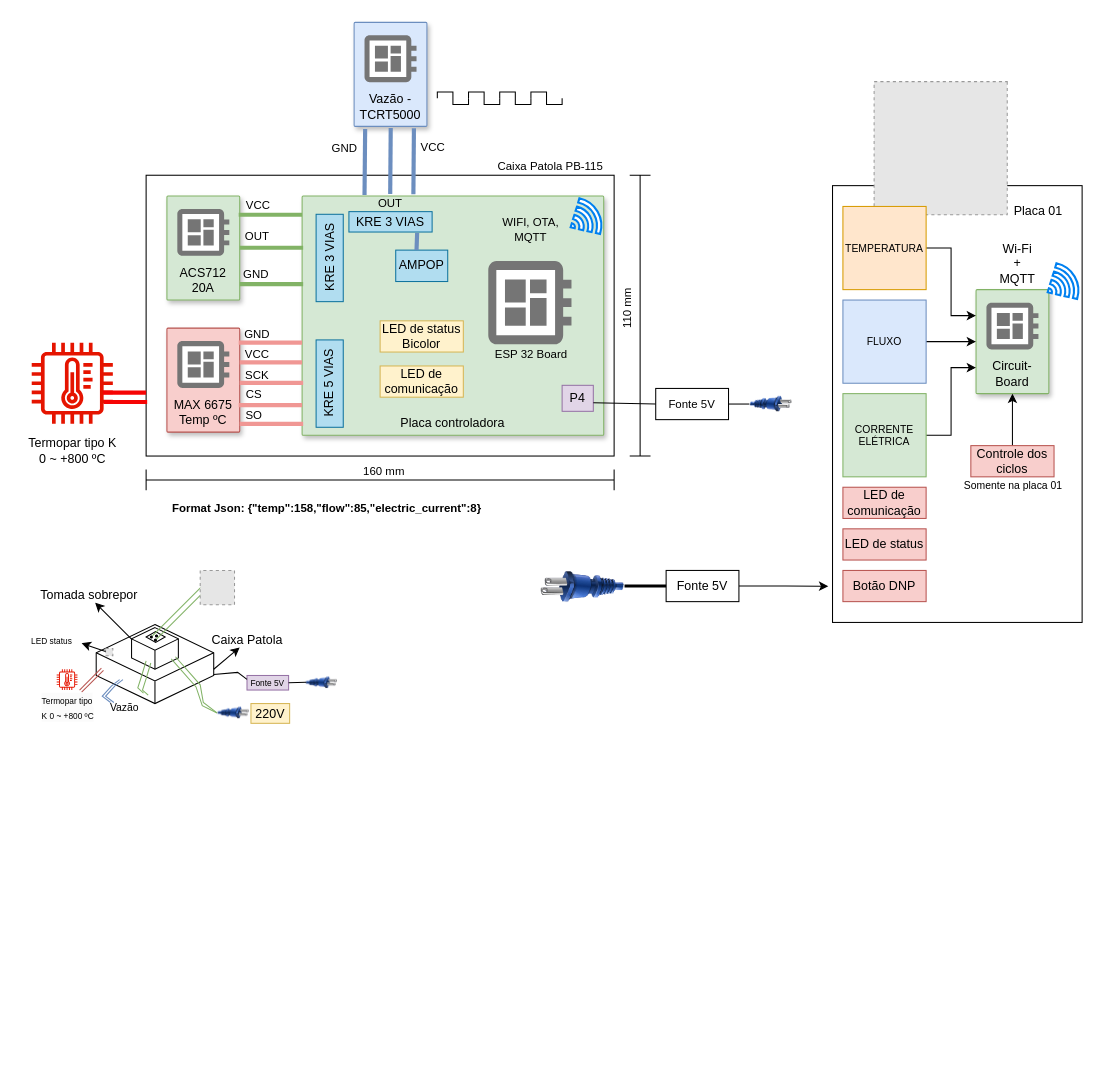
Before: Belliz/Secadores_belliz.drawio in VictorRavani/Belliz_IOT, a draw.io diagram. Source tidied: cells renumbered, new cells numbered last; positions are measured from the earlier drawing's top-left corner, leaving out a move shared by most shapes. Both pictures are drawn from the tidied source at 104%, with x=0, y=0 at pixel (18, 22). Pictures stored in the file or linked from it are replaced by grey dashed boxes.
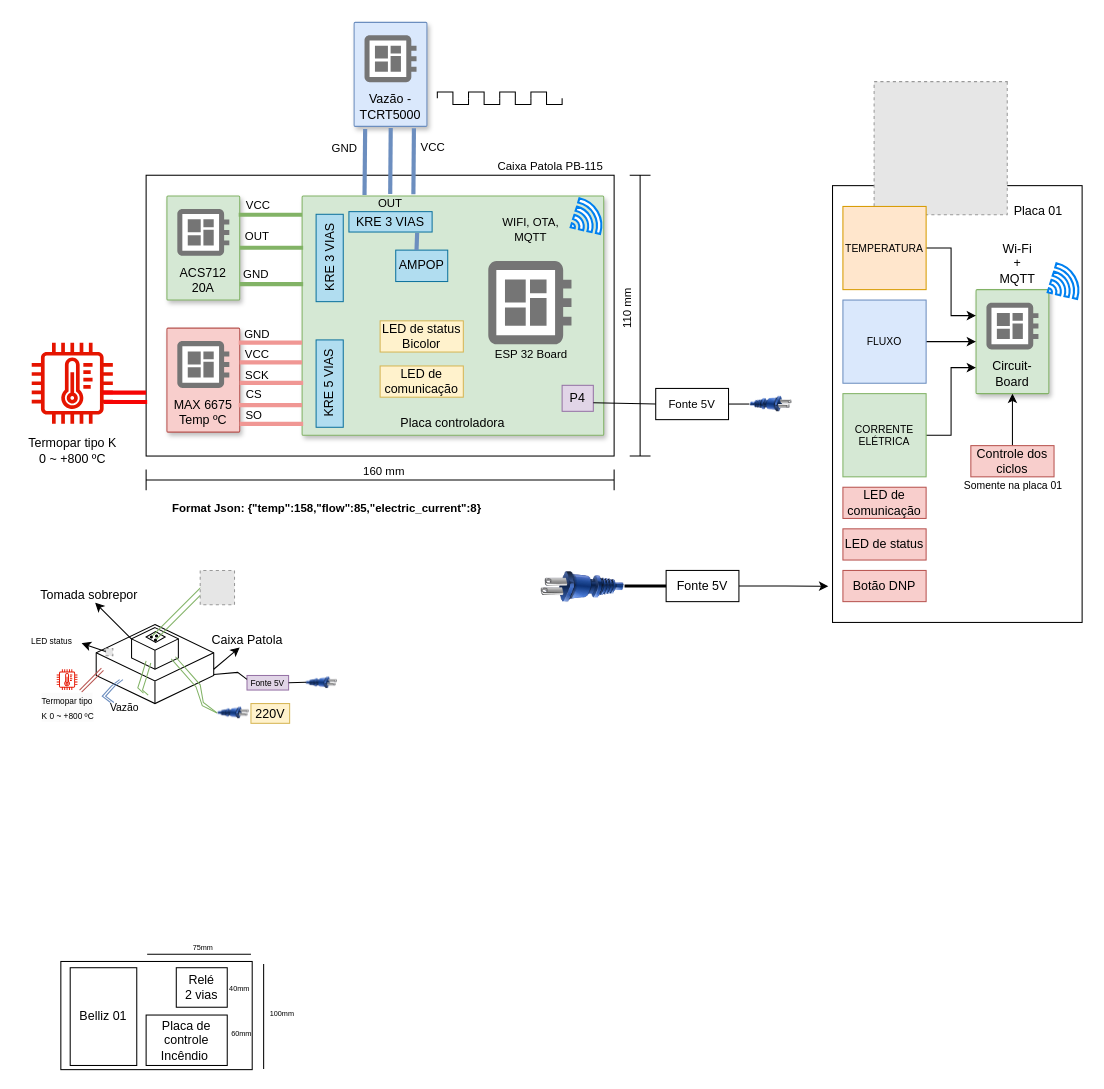
The same page after the edit.

The edit, as a diff of the source:
```diff
@@
+    <mxCell id="118" style="whiteSpace=wrap;html=1;" parent="1" vertex="1">
+      <mxGeometry x="41" y="903" width="184" height="104" as="geometry" />
+    </mxCell>
+    <mxCell id="119" value="Relé&lt;br&gt;2 vias" style="rounded=0;whiteSpace=wrap;html=1;" parent="1" vertex="1">
+      <mxGeometry x="152" y="909" width="49" height="38" as="geometry" />
+    </mxCell>
+    <mxCell id="120" value="Placa de controle Incêndio&amp;nbsp;" style="rounded=0;whiteSpace=wrap;html=1;" parent="1" vertex="1">
+      <mxGeometry x="123" y="954.5" width="78" height="48.5" as="geometry" />
+    </mxCell>
+    <mxCell id="121" value="Belliz 01" style="rounded=0;whiteSpace=wrap;html=1;" parent="1" vertex="1">
+      <mxGeometry x="50" y="909" width="64" height="94" as="geometry" />
+    </mxCell>
+    <mxCell id="122" style="endArrow=none;html=1;rounded=0;" parent="1" edge="1">
+      <mxGeometry relative="1" as="geometry">
+        <mxPoint x="236" y="1006.5" as="sourcePoint" />
+        <mxPoint x="236" y="905.5" as="targetPoint" />
+      </mxGeometry>
+    </mxCell>
+    <mxCell id="123" style="endArrow=none;html=1;rounded=0;" parent="1" edge="1">
+      <mxGeometry relative="1" as="geometry">
+        <mxPoint x="124" y="896" as="sourcePoint" />
+        <mxPoint x="223.8" y="896" as="targetPoint" />
+      </mxGeometry>
+    </mxCell>
+    <mxCell id="124" value="&lt;font style=&quot;font-size: 7px;&quot;&gt;100mm&lt;/font&gt;" style="text;html=1;strokeColor=none;fillColor=none;align=center;verticalAlign=middle;whiteSpace=wrap;rounded=0;" parent="1" vertex="1">
+      <mxGeometry x="223.8" y="937" width="60" height="30" as="geometry" />
+    </mxCell>
+    <mxCell id="125" value="&lt;font style=&quot;font-size: 7px;&quot;&gt;75mm&lt;/font&gt;" style="text;html=1;strokeColor=none;fillColor=none;align=center;verticalAlign=middle;whiteSpace=wrap;rounded=0;" parent="1" vertex="1">
+      <mxGeometry x="148" y="873" width="60" height="30" as="geometry" />
+    </mxCell>
+    <mxCell id="126" value="&lt;font style=&quot;font-size: 7px;&quot;&gt;40mm&lt;/font&gt;" style="text;html=1;strokeColor=none;fillColor=none;align=center;verticalAlign=middle;whiteSpace=wrap;rounded=0;" parent="1" vertex="1">
+      <mxGeometry x="182.5" y="913" width="60" height="30" as="geometry" />
+    </mxCell>
+    <mxCell id="127" value="&lt;font style=&quot;font-size: 7px;&quot;&gt;60mm&lt;/font&gt;" style="text;html=1;strokeColor=none;fillColor=none;align=center;verticalAlign=middle;whiteSpace=wrap;rounded=0;" parent="1" vertex="1">
+      <mxGeometry x="185" y="956" width="60" height="30" as="geometry" />
+    </mxCell>
```
